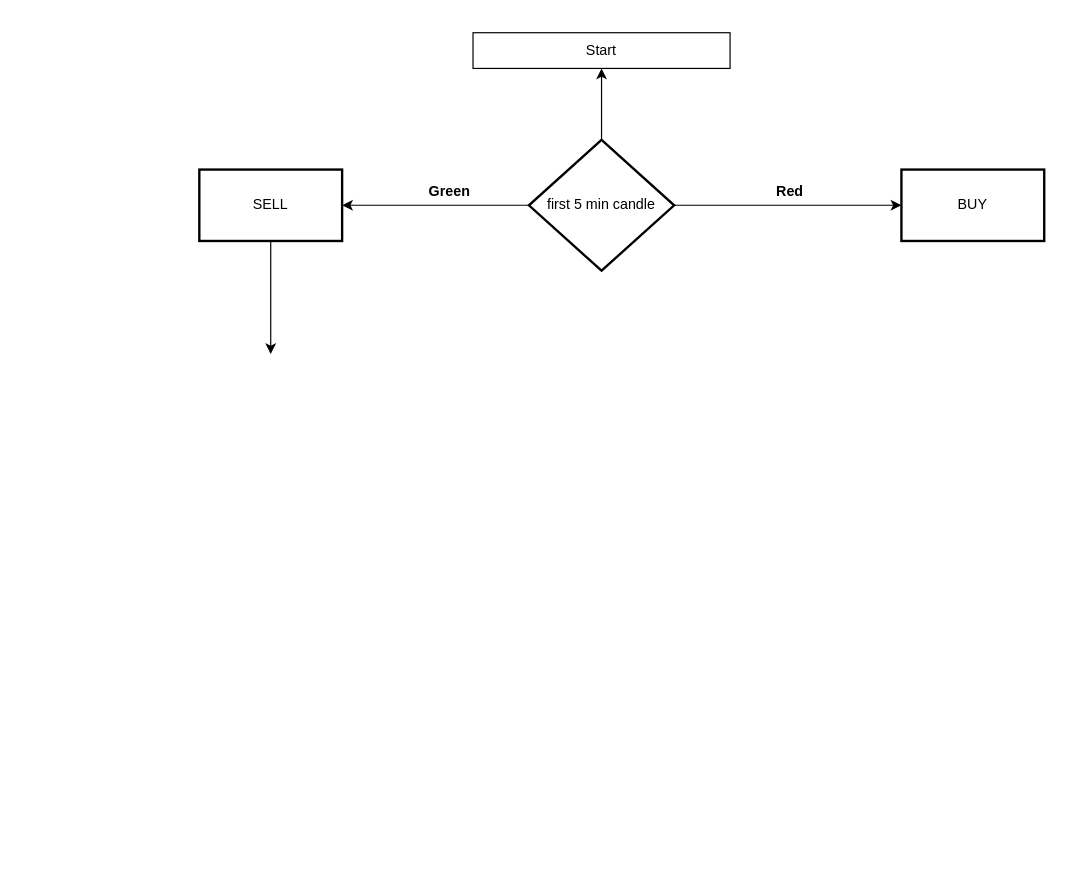
prabuinet/trading-strategies keeps this draw.io diagram as bnf_atr_by_4.drawio. Above is the earlier version. Source tidied: cells renumbered, new cells numbered last; positions are measured from the earlier drawing's top-left corner, leaving out a move shared by most shapes. Both pictures are drawn from the tidied source at 119%, with x=0, y=0 at pixel (199, 32).
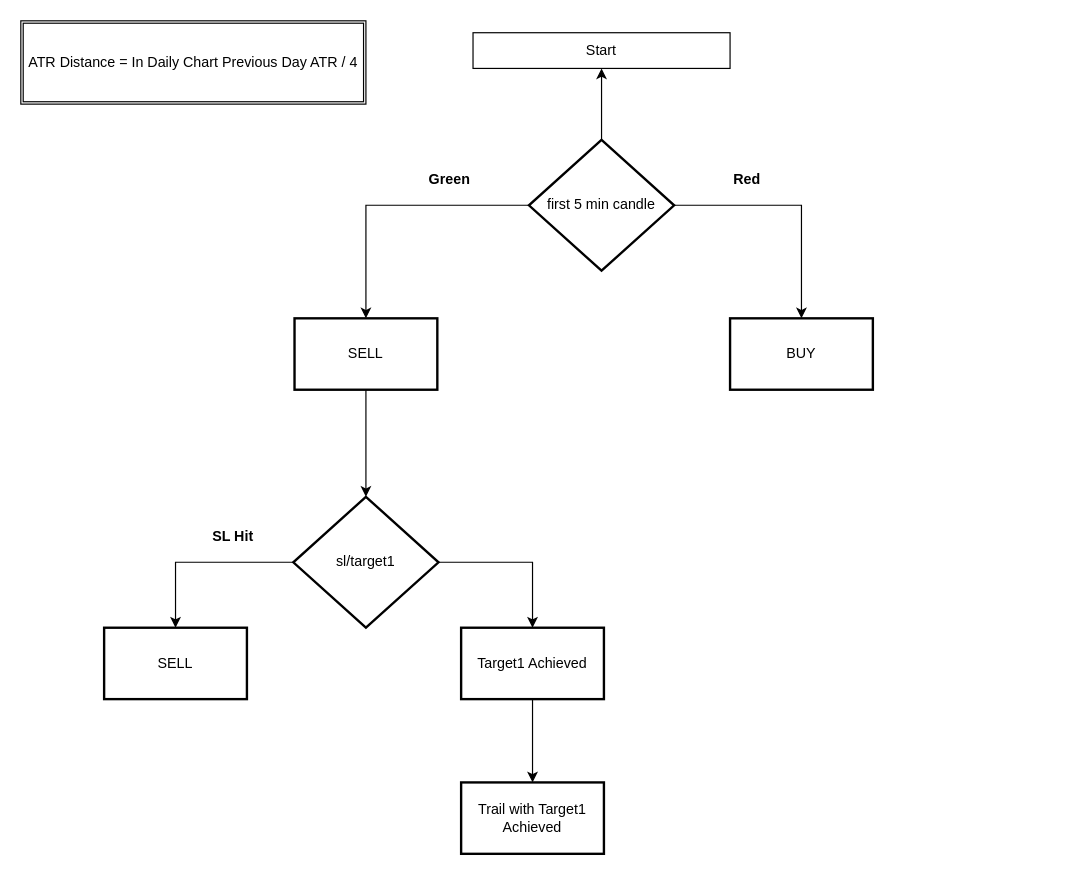
Above is the later version.

The change refers to these unchanged cells:
```xml
<mxCell id="6" value="first 5 min candle" style="strokeWidth=2;html=1;shape=mxgraph.flowchart.decision;whiteSpace=wrap;" parent="1" vertex="1">
  <mxGeometry x="277" y="90" width="122" height="110" as="geometry" />
</mxCell>
```

Diff of the diagram source:
```diff
@@
-    <mxCell id="4" style="edgeStyle=orthogonalEdgeStyle;rounded=0;jettySize=auto;html=1;entryX=1;entryY=0.5;entryDx=0;entryDy=0;" parent="1" edge="1" source="6" target="8">
+    <mxCell id="4" style="edgeStyle=orthogonalEdgeStyle;rounded=0;jettySize=auto;html=1;entryX=0.5;entryY=0;entryDx=0;entryDy=0;" parent="1" edge="1" source="6" target="8">
       <mxGeometry relative="1" as="geometry" />
     </mxCell>
@@
-    <mxCell id="7" style="edgeStyle=orthogonalEdgeStyle;rounded=0;jettySize=auto;html=1;fontSize=12;" parent="1" edge="1" source="8">
-      <mxGeometry relative="1" as="geometry">
-        <mxPoint x="60" y="270" as="targetPoint" />
-      </mxGeometry>
-    </mxCell>
+    <mxCell id="12" style="edgeStyle=orthogonalEdgeStyle;rounded=0;jettySize=auto;html=1;fontSize=12;" parent="1" edge="1" source="8" target="15">
+      <mxGeometry relative="1" as="geometry" />
+    </mxCell>
     <mxCell id="8" value="SELL" style="whiteSpace=wrap;html=1;strokeWidth=2;" parent="1" vertex="1">
-      <mxGeometry y="115" width="120" height="60" as="geometry" />
+      <mxGeometry x="80" y="240" width="120" height="60" as="geometry" />
     </mxCell>
     <mxCell id="9" value="&lt;font style=&quot;font-size: 12px;&quot;&gt;Red&lt;/font&gt;" style="text;strokeColor=none;fillColor=none;html=1;fontSize=24;fontStyle=1;verticalAlign=middle;align=center;" parent="1" vertex="1">
-      <mxGeometry x="446" y="110" width="100" height="40" as="geometry" />
+      <mxGeometry x="410" y="100" width="100" height="40" as="geometry" />
     </mxCell>
+    <mxCell id="11" value="BUY" style="whiteSpace=wrap;html=1;strokeWidth=2;" parent="1" vertex="1">
+      <mxGeometry x="446" y="240" width="120" height="60" as="geometry" />
+    </mxCell>
+    <mxCell id="13" style="edgeStyle=orthogonalEdgeStyle;rounded=0;jettySize=auto;html=1;fontSize=12;entryX=0.5;entryY=0;entryDx=0;entryDy=0;" parent="1" edge="1" source="15" target="17">
+      <mxGeometry relative="1" as="geometry" />
+    </mxCell>
+    <mxCell id="14" style="edgeStyle=orthogonalEdgeStyle;rounded=0;jettySize=auto;html=1;entryX=0.5;entryY=0;entryDx=0;entryDy=0;fontSize=12;" parent="1" edge="1" source="15" target="19">
+      <mxGeometry relative="1" as="geometry" />
+    </mxCell>
+    <mxCell id="15" value="sl/target1" style="strokeWidth=2;html=1;shape=mxgraph.flowchart.decision;whiteSpace=wrap;" parent="1" vertex="1">
+      <mxGeometry x="79" y="390" width="122" height="110" as="geometry" />
+    </mxCell>
     <mxCell id="10" value="&lt;font style=&quot;font-size: 12px;&quot;&gt;Green&lt;/font&gt;" style="text;strokeColor=none;fillColor=none;html=1;fontSize=24;fontStyle=1;verticalAlign=middle;align=center;" parent="1" vertex="1">
-      <mxGeometry x="160" y="110" width="100" height="40" as="geometry" />
+      <mxGeometry x="160" y="100" width="100" height="40" as="geometry" />
     </mxCell>
-    <mxCell id="11" value="BUY" style="whiteSpace=wrap;html=1;strokeWidth=2;" parent="1" vertex="1">
-      <mxGeometry x="590" y="115" width="120" height="60" as="geometry" />
-    </mxCell>
+    <mxCell id="16" value="&lt;font style=&quot;font-size: 12px;&quot;&gt;SL Hit&lt;/font&gt;" style="text;strokeColor=none;fillColor=none;html=1;fontSize=24;fontStyle=1;verticalAlign=middle;align=center;" parent="1" vertex="1">
+      <mxGeometry x="-22" y="400" width="100" height="40" as="geometry" />
+    </mxCell>
+    <mxCell id="17" value="SELL" style="whiteSpace=wrap;html=1;strokeWidth=2;" parent="1" vertex="1">
+      <mxGeometry x="-80" y="500" width="120" height="60" as="geometry" />
+    </mxCell>
+    <mxCell id="18" style="edgeStyle=orthogonalEdgeStyle;rounded=0;jettySize=auto;html=1;entryX=0.5;entryY=0;entryDx=0;entryDy=0;fontSize=12;" parent="1" edge="1" source="19" target="20">
+      <mxGeometry relative="1" as="geometry" />
+    </mxCell>
+    <mxCell id="19" value="Target1 Achieved" style="whiteSpace=wrap;html=1;strokeWidth=2;" parent="1" vertex="1">
+      <mxGeometry x="220" y="500" width="120" height="60" as="geometry" />
+    </mxCell>
+    <mxCell id="20" value="Trail with Target1 Achieved" style="whiteSpace=wrap;html=1;strokeWidth=2;" parent="1" vertex="1">
+      <mxGeometry x="220" y="630" width="120" height="60" as="geometry" />
+    </mxCell>
+    <mxCell id="21" value="ATR Distance = In Daily Chart Previous Day ATR / 4" style="shape=ext;double=1;rounded=0;whiteSpace=wrap;html=1;fontSize=12;" parent="1" vertex="1">
+      <mxGeometry x="-150" y="-10" width="290" height="70" as="geometry" />
+    </mxCell>
```
